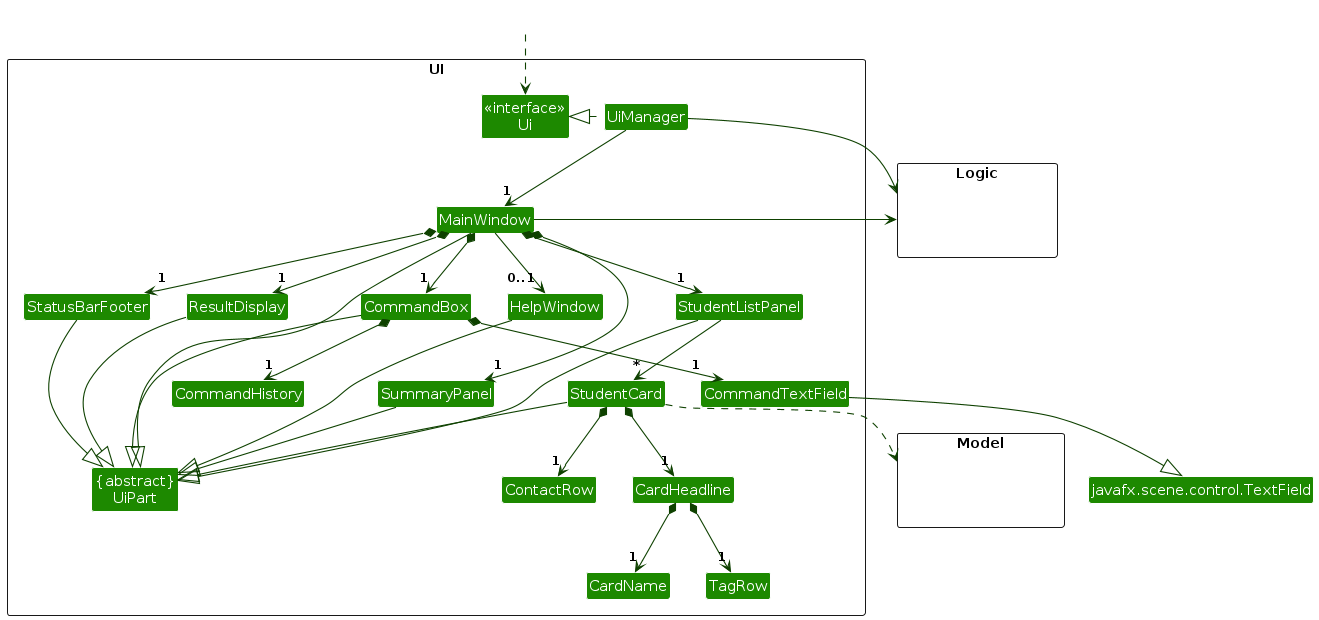
CJBuzz/tp keeps this PlantUML diagram as diagrams/UiClassDiagram.png. Above is the earlier version. Its source is kept beside it as diagrams/UiClassDiagram.puml.
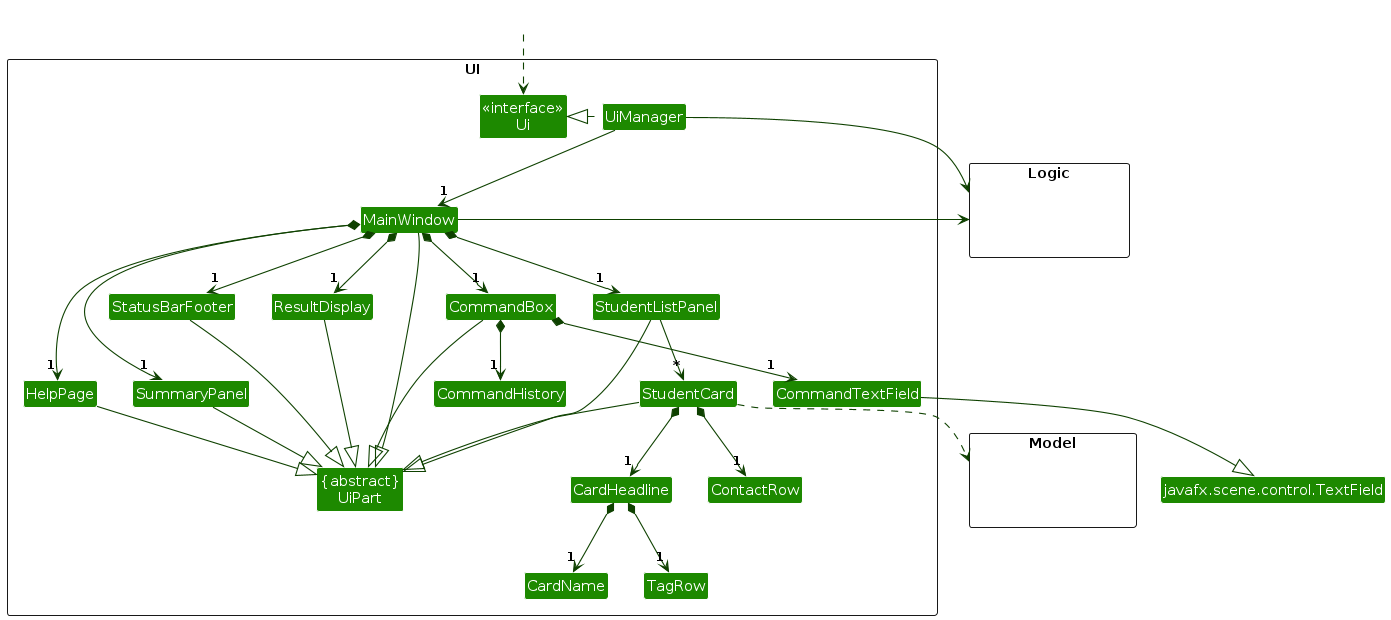
The same file after the commit.

Diff of the diagram source:
```diff
@@ -9,7 +9,7 @@
 Class "{abstract}\nUiPart" as UiPart
 Class UiManager
 Class MainWindow
-Class HelpWindow
+Class HelpPage
 Class ResultDisplay
 Class StudentListPanel
 Class StudentCard
@@ -46,10 +46,10 @@
 CommandBox *-down-> "1" CommandHistory
 CommandBox *-down-> "1" CommandTextField
 MainWindow *-down-> "1" ResultDisplay
+MainWindow *-down-> "1" HelpPage
 MainWindow *-down-> "1" StudentListPanel
 MainWindow *-down-> "1" SummaryPanel
 MainWindow *-down-> "1" StatusBarFooter
-MainWindow --> "0..1" HelpWindow
 
 StudentListPanel -down-> "*" StudentCard
 StudentCard *-down-> "1" CardHeadline
@@ -59,21 +59,20 @@
 
 MainWindow -left-|> UiPart
 
+HelpPage --|> UiPart
 ResultDisplay --|> UiPart
 CommandBox --|> UiPart
 CommandTextField --|> TextField
 StudentListPanel --|> UiPart
 StudentCard --|> UiPart
 StatusBarFooter --|> UiPart
-HelpWindow --|> UiPart
 SummaryPanel --|> UiPart
 
 StudentCard ..> Model
 UiManager -right-> Logic
 MainWindow -left-> Logic
 
-StudentListPanel -[hidden]left- HelpWindow
-HelpWindow -[hidden]left- CommandBox
+StudentListPanel -[hidden]left- CommandBox
 CommandBox -[hidden]left- ResultDisplay
 ResultDisplay -[hidden]left- StatusBarFooter
 
```
